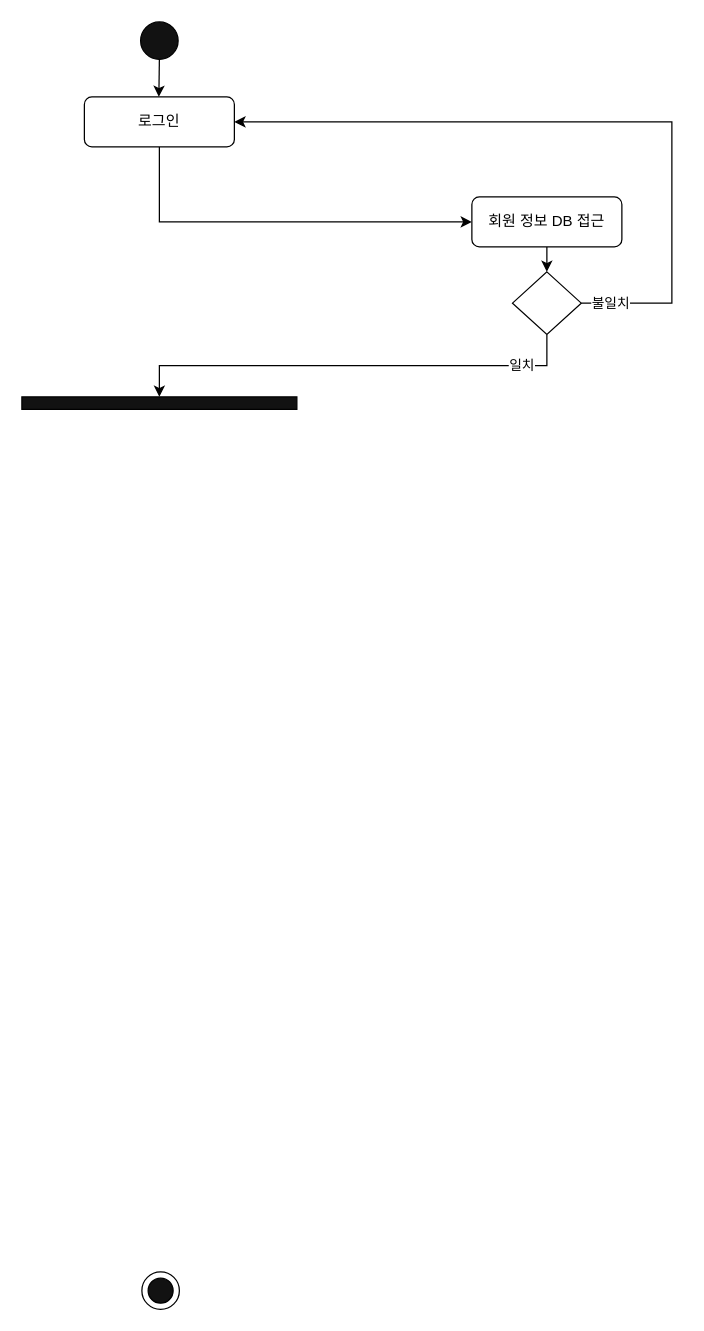
VegetableKim/- keeps this draw.io diagram as 활동다이어그램-관리.drawio. Above is the earlier version. Source tidied: cells renumbered, new cells numbered last; positions are measured from the earlier drawing's top-left corner, leaving out a move shared by most shapes. Both pictures are drawn from the tidied source at 125%, with x=0, y=0 at pixel (21, 21).
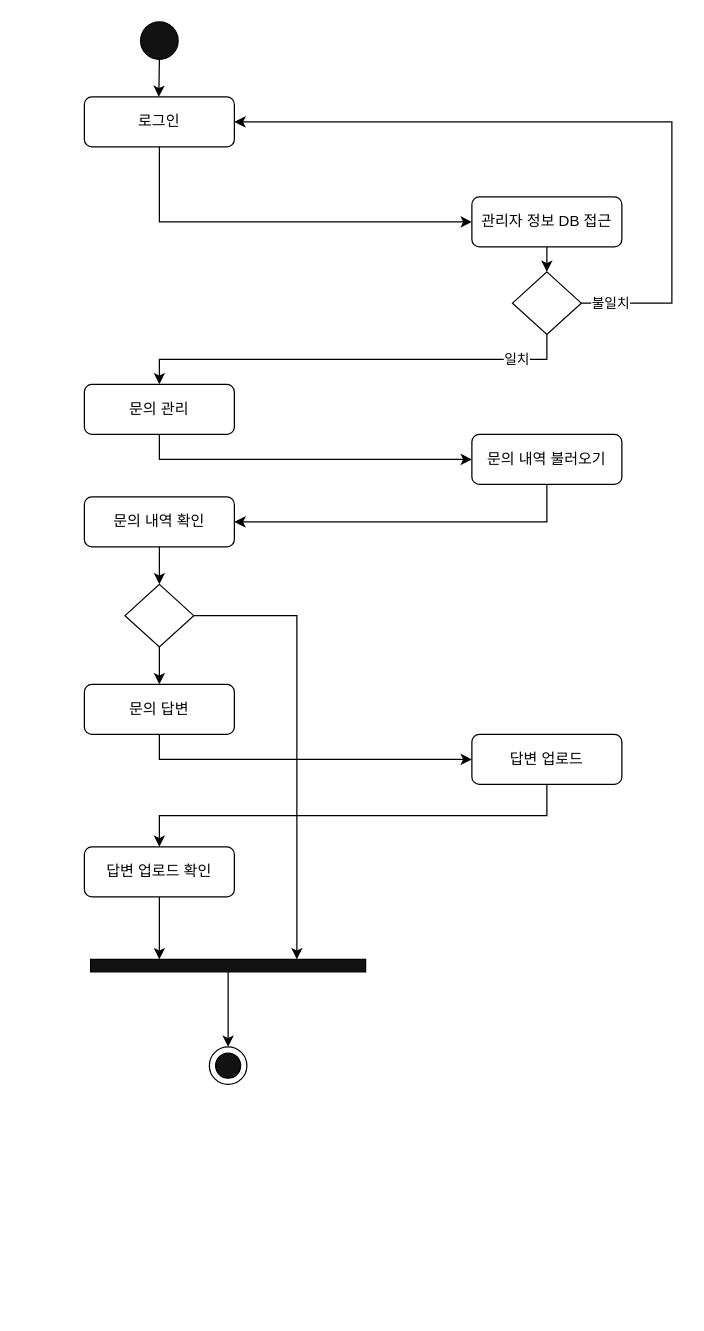
After the change.

Commit message (it also covers changes not shown here):
활동다이어그램-관리.drawio 업데이트

Unchanged cells that the change refers to:
```xml
<mxCell id="12" style="rhombus;whiteSpace=wrap;html=1;" parent="1" vertex="1">
  <mxGeometry x="392.5" y="200" width="55" height="50" as="geometry" />
</mxCell>
```

Diff of the diagram source:
```diff
@@
     <mxCell id="4" style="ellipse;whiteSpace=wrap;html=1;" parent="1" vertex="1">
-      <mxGeometry x="96" y="1000" width="30" height="30" as="geometry" />
+      <mxGeometry x="150" y="820" width="30" height="30" as="geometry" />
     </mxCell>
     <mxCell id="5" style="ellipse;whiteSpace=wrap;html=1;fillColor=#121212;" parent="1" vertex="1">
-      <mxGeometry x="101" y="1005" width="20" height="20" as="geometry" />
+      <mxGeometry x="155" y="825" width="20" height="20" as="geometry" />
     </mxCell>
@@
-    <mxCell id="9" value="회원 정보 DB 접근" style="rounded=1;whiteSpace=wrap;html=1;" parent="1" vertex="1">
+    <mxCell id="9" value="관리자 정보 DB 접근" style="rounded=1;whiteSpace=wrap;html=1;" parent="1" vertex="1">
       <mxGeometry x="360" y="140" width="120" height="40" as="geometry" />
     </mxCell>
@@
-    <mxCell id="11" value="일치" style="edgeStyle=orthogonalEdgeStyle;rounded=0;jettySize=auto;html=1;exitX=0.5;exitY=1;exitDx=0;exitDy=0;entryX=0.5;entryY=0;entryDx=0;entryDy=0;" parent="1" edge="1" source="12" target="13">
+    <mxCell id="11" value="일치" style="edgeStyle=orthogonalEdgeStyle;rounded=0;jettySize=auto;html=1;exitX=0.5;exitY=1;exitDx=0;exitDy=0;entryX=0.5;entryY=0;entryDx=0;entryDy=0;" parent="1" edge="1" source="12" target="15">
       <mxGeometry x="-0.75" relative="1" as="geometry" />
     </mxCell>
@@
-    <mxCell id="13" style="rounded=0;whiteSpace=wrap;html=1;fillColor=#121212;" parent="1" vertex="1">
-      <mxGeometry y="300" width="220" height="10" as="geometry" />
-    </mxCell>
+    <mxCell id="14" style="edgeStyle=orthogonalEdgeStyle;rounded=0;jettySize=auto;html=1;exitX=0.5;exitY=1;exitDx=0;exitDy=0;entryX=0;entryY=0.5;entryDx=0;entryDy=0;" parent="1" edge="1" source="15" target="17">
+      <mxGeometry relative="1" as="geometry" />
+    </mxCell>
+    <mxCell id="15" value="문의 관리" style="rounded=1;whiteSpace=wrap;html=1;" parent="1" vertex="1">
+      <mxGeometry x="50" y="290" width="120" height="40" as="geometry" />
+    </mxCell>
+    <mxCell id="16" style="edgeStyle=orthogonalEdgeStyle;rounded=0;jettySize=auto;html=1;exitX=0.5;exitY=1;exitDx=0;exitDy=0;entryX=1;entryY=0.5;entryDx=0;entryDy=0;" parent="1" edge="1" source="17" target="19">
+      <mxGeometry relative="1" as="geometry" />
+    </mxCell>
+    <mxCell id="17" value="문의 내역 불러오기" style="rounded=1;whiteSpace=wrap;html=1;" parent="1" vertex="1">
+      <mxGeometry x="360" y="330" width="120" height="40" as="geometry" />
+    </mxCell>
+    <mxCell id="18" style="edgeStyle=orthogonalEdgeStyle;rounded=0;jettySize=auto;html=1;exitX=0.5;exitY=1;exitDx=0;exitDy=0;entryX=0.5;entryY=0;entryDx=0;entryDy=0;" parent="1" edge="1" source="19" target="24">
+      <mxGeometry relative="1" as="geometry" />
+    </mxCell>
+    <mxCell id="19" value="문의 내역 확인" style="rounded=1;whiteSpace=wrap;html=1;" parent="1" vertex="1">
+      <mxGeometry x="50" y="380" width="120" height="40" as="geometry" />
+    </mxCell>
+    <mxCell id="20" style="edgeStyle=orthogonalEdgeStyle;rounded=0;jettySize=auto;html=1;exitX=0.5;exitY=1;exitDx=0;exitDy=0;entryX=0;entryY=0.5;entryDx=0;entryDy=0;" parent="1" edge="1" source="21" target="26">
+      <mxGeometry relative="1" as="geometry" />
+    </mxCell>
+    <mxCell id="21" value="문의 답변" style="rounded=1;whiteSpace=wrap;html=1;" parent="1" vertex="1">
+      <mxGeometry x="50" y="530" width="120" height="40" as="geometry" />
+    </mxCell>
+    <mxCell id="22" style="edgeStyle=orthogonalEdgeStyle;rounded=0;jettySize=auto;html=1;exitX=0.5;exitY=1;exitDx=0;exitDy=0;entryX=0.5;entryY=0;entryDx=0;entryDy=0;" parent="1" edge="1" source="24" target="21">
+      <mxGeometry relative="1" as="geometry" />
+    </mxCell>
+    <mxCell id="23" style="edgeStyle=orthogonalEdgeStyle;rounded=0;jettySize=auto;html=1;exitX=1;exitY=0.5;exitDx=0;exitDy=0;entryX=0.75;entryY=0;entryDx=0;entryDy=0;" parent="1" edge="1" source="24" target="30">
+      <mxGeometry relative="1" as="geometry" />
+    </mxCell>
+    <mxCell id="24" style="rhombus;whiteSpace=wrap;html=1;" parent="1" vertex="1">
+      <mxGeometry x="82.5" y="450" width="55" height="50" as="geometry" />
+    </mxCell>
+    <mxCell id="25" style="edgeStyle=orthogonalEdgeStyle;rounded=0;jettySize=auto;html=1;exitX=0.5;exitY=1;exitDx=0;exitDy=0;entryX=0.5;entryY=0;entryDx=0;entryDy=0;" parent="1" edge="1" source="26" target="28">
+      <mxGeometry relative="1" as="geometry" />
+    </mxCell>
+    <mxCell id="26" value="답변 업로드" style="rounded=1;whiteSpace=wrap;html=1;" parent="1" vertex="1">
+      <mxGeometry x="360" y="570" width="120" height="40" as="geometry" />
+    </mxCell>
+    <mxCell id="27" style="edgeStyle=orthogonalEdgeStyle;rounded=0;jettySize=auto;html=1;exitX=0.5;exitY=1;exitDx=0;exitDy=0;entryX=0.25;entryY=0;entryDx=0;entryDy=0;" parent="1" edge="1" source="28" target="30">
+      <mxGeometry relative="1" as="geometry" />
+    </mxCell>
+    <mxCell id="28" value="답변 업로드 확인" style="rounded=1;whiteSpace=wrap;html=1;" parent="1" vertex="1">
+      <mxGeometry x="50" y="660" width="120" height="40" as="geometry" />
+    </mxCell>
+    <mxCell id="29" style="edgeStyle=orthogonalEdgeStyle;rounded=0;jettySize=auto;html=1;exitX=0.5;exitY=1;exitDx=0;exitDy=0;entryX=0.5;entryY=0;entryDx=0;entryDy=0;" parent="1" edge="1" source="30" target="4">
+      <mxGeometry relative="1" as="geometry" />
+    </mxCell>
+    <mxCell id="30" style="rounded=0;whiteSpace=wrap;html=1;fillColor=#121212;" parent="1" vertex="1">
+      <mxGeometry x="55" y="750" width="220" height="10" as="geometry" />
+    </mxCell>
```
